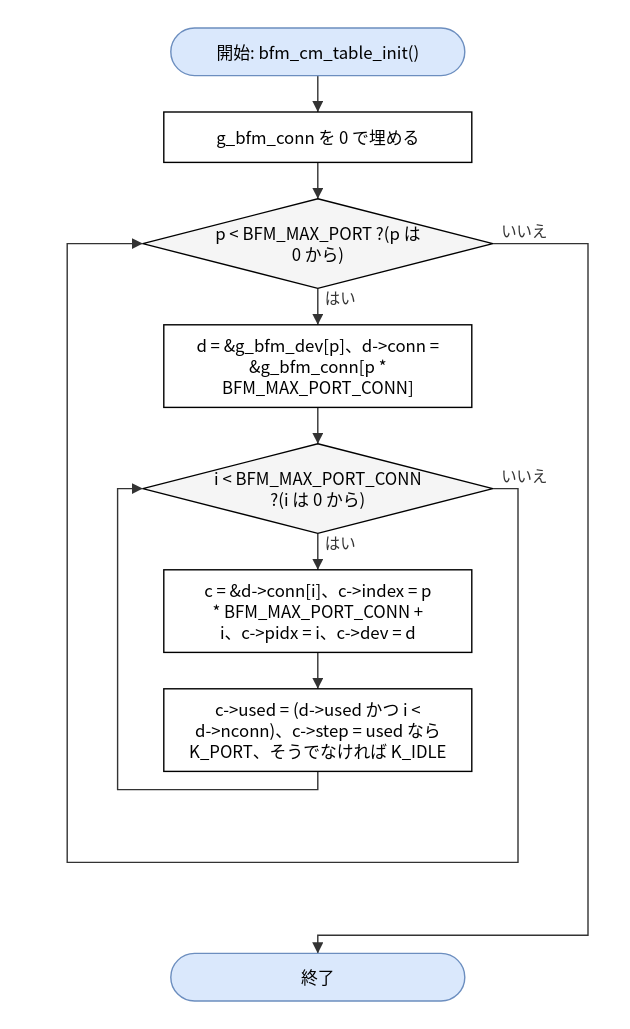
Above: doc/spec/images/flow_src_bfm_cm-bfm_cm_table_init.drawio.svg in hf355051012-ai/bfmem (draw.io), before the change. Source tidied: cells renumbered, new cells last; positions are measured from the earlier drawing's top-left corner, leaving out a move shared by most shapes. The source it was exported from:
```xml
<mxGraphModel>
  <root>
    <mxCell id="0" />
    <mxCell id="1" parent="0" />
    <mxCell id="2" value="開始: bfm_cm_table_init()" style="rounded=1;arcSize=50;whiteSpace=wrap;html=1;fillColor=#dae8fc;strokeColor=#6c8ebf;" parent="1" vertex="1">
      <mxGeometry x="74" width="210" height="34" as="geometry" />
    </mxCell>
    <mxCell id="3" value="g_bfm_conn を 0 で埋める" style="rounded=0;whiteSpace=wrap;html=1;" parent="1" vertex="1">
      <mxGeometry x="69" y="60" width="220" height="36" as="geometry" />
    </mxCell>
    <mxCell id="4" value="p &amp;lt; BFM_MAX_PORT ?(p は&lt;br&gt;0 から)" style="rhombus;whiteSpace=wrap;html=1;fillColor=#f5f5f5;" parent="1" vertex="1">
      <mxGeometry x="54" y="122" width="250" height="64" as="geometry" />
    </mxCell>
    <mxCell id="5" value="d = &amp;amp;g_bfm_dev[p]、d-&amp;gt;conn =&lt;br&gt;&amp;amp;g_bfm_conn[p *&lt;br&gt;BFM_MAX_PORT_CONN]" style="rounded=0;whiteSpace=wrap;html=1;" parent="1" vertex="1">
      <mxGeometry x="69" y="212" width="220" height="59" as="geometry" />
    </mxCell>
    <mxCell id="6" value="i &amp;lt; BFM_MAX_PORT_CONN&lt;br&gt;?(i は 0 から)" style="rhombus;whiteSpace=wrap;html=1;fillColor=#f5f5f5;" parent="1" vertex="1">
      <mxGeometry x="54" y="297" width="250" height="64" as="geometry" />
    </mxCell>
    <mxCell id="7" value="c = &amp;amp;d-&amp;gt;conn[i]、c-&amp;gt;index = p&lt;br&gt;* BFM_MAX_PORT_CONN +&lt;br&gt;i、c-&amp;gt;pidx = i、c-&amp;gt;dev = d" style="rounded=0;whiteSpace=wrap;html=1;" parent="1" vertex="1">
      <mxGeometry x="69" y="387" width="220" height="59" as="geometry" />
    </mxCell>
    <mxCell id="8" value="c-&amp;gt;used = (d-&amp;gt;used かつ i &amp;lt;&lt;br&gt;d-&amp;gt;nconn)、c-&amp;gt;step = used なら&lt;br&gt;K_PORT、そうでなければ K_IDLE" style="rounded=0;whiteSpace=wrap;html=1;" parent="1" vertex="1">
      <mxGeometry x="69" y="472" width="220" height="59" as="geometry" />
    </mxCell>
    <mxCell id="9" value="終了" style="rounded=1;arcSize=50;whiteSpace=wrap;html=1;fillColor=#dae8fc;strokeColor=#6c8ebf;" parent="1" vertex="1">
      <mxGeometry x="74" y="661" width="210" height="34" as="geometry" />
    </mxCell>
    <mxCell id="10" style="edgeStyle=none;html=1;rounded=0;endArrow=block;endFill=1;exitX=0.5000;exitY=1.0000;exitDx=0;exitDy=0;exitPerimeter=0;entryX=0.5000;entryY=0.0000;entryDx=0;entryDy=0;entryPerimeter=0;" parent="1" edge="1" source="2" target="3">
      <mxGeometry relative="1" as="geometry" />
    </mxCell>
    <mxCell id="11" style="edgeStyle=none;html=1;rounded=0;endArrow=block;endFill=1;exitX=0.5000;exitY=1.0000;exitDx=0;exitDy=0;exitPerimeter=0;entryX=0.5000;entryY=0.0000;entryDx=0;entryDy=0;entryPerimeter=0;" parent="1" edge="1" source="3" target="4">
      <mxGeometry relative="1" as="geometry" />
    </mxCell>
    <mxCell id="12" value="はい" style="edgeStyle=none;html=1;rounded=0;endArrow=block;endFill=1;exitX=0.5000;exitY=1.0000;exitDx=0;exitDy=0;exitPerimeter=0;entryX=0.5000;entryY=0.0000;entryDx=0;entryDy=0;entryPerimeter=0;" parent="1" edge="1" source="4" target="5">
      <mxGeometry relative="1" as="geometry" />
    </mxCell>
    <mxCell id="13" style="edgeStyle=none;html=1;rounded=0;endArrow=block;endFill=1;exitX=0.5000;exitY=1.0000;exitDx=0;exitDy=0;exitPerimeter=0;entryX=0.5000;entryY=0.0000;entryDx=0;entryDy=0;entryPerimeter=0;" parent="1" edge="1" source="5" target="6">
      <mxGeometry relative="1" as="geometry" />
    </mxCell>
    <mxCell id="14" value="はい" style="edgeStyle=none;html=1;rounded=0;endArrow=block;endFill=1;exitX=0.5000;exitY=1.0000;exitDx=0;exitDy=0;exitPerimeter=0;entryX=0.5000;entryY=0.0000;entryDx=0;entryDy=0;entryPerimeter=0;" parent="1" edge="1" source="6" target="7">
      <mxGeometry relative="1" as="geometry" />
    </mxCell>
    <mxCell id="15" style="edgeStyle=none;html=1;rounded=0;endArrow=block;endFill=1;exitX=0.5000;exitY=1.0000;exitDx=0;exitDy=0;exitPerimeter=0;entryX=0.5000;entryY=0.0000;entryDx=0;entryDy=0;entryPerimeter=0;" parent="1" edge="1" source="7" target="8">
      <mxGeometry relative="1" as="geometry" />
    </mxCell>
    <mxCell id="16" style="edgeStyle=none;html=1;rounded=0;endArrow=block;endFill=1;exitX=0.5000;exitY=1.0000;exitDx=0;exitDy=0;exitPerimeter=0;entryX=0.0000;entryY=0.5000;entryDx=0;entryDy=0;entryPerimeter=0;" parent="1" edge="1" source="8" target="6">
      <mxGeometry relative="1" as="geometry">
        <Array as="points">
          <mxPoint x="179" y="544" />
          <mxPoint x="36" y="544" />
          <mxPoint x="36" y="329" />
        </Array>
      </mxGeometry>
    </mxCell>
    <mxCell id="17" value="いいえ" style="edgeStyle=none;html=1;rounded=0;endArrow=block;endFill=1;exitX=1.0000;exitY=0.5000;exitDx=0;exitDy=0;exitPerimeter=0;entryX=0.0000;entryY=0.5000;entryDx=0;entryDy=0;entryPerimeter=0;" parent="1" edge="1" source="6" target="4">
      <mxGeometry relative="1" as="geometry">
        <Array as="points">
          <mxPoint x="322" y="329" />
          <mxPoint x="322" y="596" />
          <mxPoint y="596" />
          <mxPoint y="154" />
        </Array>
      </mxGeometry>
    </mxCell>
    <mxCell id="18" value="いいえ" style="edgeStyle=none;html=1;rounded=0;endArrow=block;endFill=1;exitX=1.0000;exitY=0.5000;exitDx=0;exitDy=0;exitPerimeter=0;entryX=0.5000;entryY=0.0000;entryDx=0;entryDy=0;entryPerimeter=0;" parent="1" edge="1" source="4" target="9">
      <mxGeometry relative="1" as="geometry">
        <Array as="points">
          <mxPoint x="372" y="154" />
          <mxPoint x="372" y="648" />
          <mxPoint x="179" y="648" />
        </Array>
      </mxGeometry>
    </mxCell>
  </root>
</mxGraphModel>
```
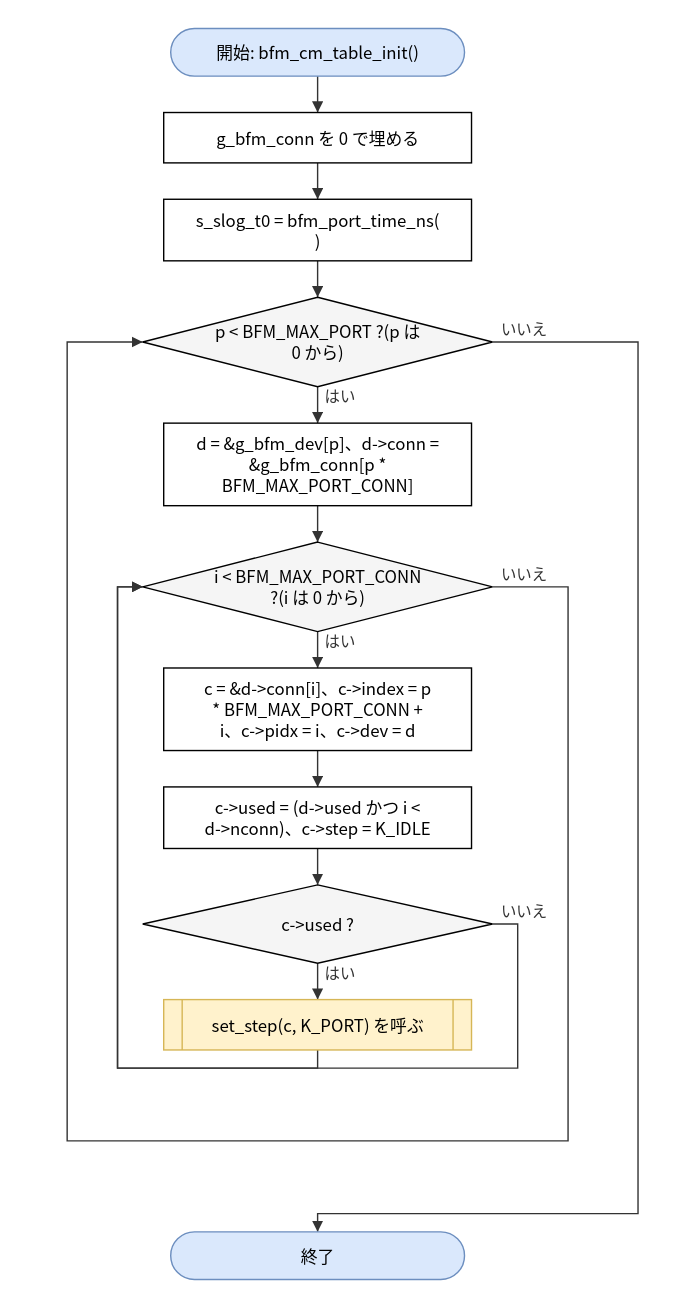
After the change.

What changed in the source:
```diff
@@ -8,69 +8,97 @@
     <mxCell id="3" value="g_bfm_conn を 0 で埋める" style="rounded=0;whiteSpace=wrap;html=1;" parent="1" vertex="1">
       <mxGeometry x="69" y="60" width="220" height="36" as="geometry" />
     </mxCell>
-    <mxCell id="4" value="p &amp;lt; BFM_MAX_PORT ?(p は&lt;br&gt;0 から)" style="rhombus;whiteSpace=wrap;html=1;fillColor=#f5f5f5;" parent="1" vertex="1">
-      <mxGeometry x="54" y="122" width="250" height="64" as="geometry" />
+    <mxCell id="4" value="s_slog_t0 = bfm_port_time_ns(&lt;br&gt;)" style="rounded=0;whiteSpace=wrap;html=1;" parent="1" vertex="1">
+      <mxGeometry x="69" y="122" width="220" height="44" as="geometry" />
     </mxCell>
-    <mxCell id="5" value="d = &amp;amp;g_bfm_dev[p]、d-&amp;gt;conn =&lt;br&gt;&amp;amp;g_bfm_conn[p *&lt;br&gt;BFM_MAX_PORT_CONN]" style="rounded=0;whiteSpace=wrap;html=1;" parent="1" vertex="1">
-      <mxGeometry x="69" y="212" width="220" height="59" as="geometry" />
+    <mxCell id="5" value="p &amp;lt; BFM_MAX_PORT ?(p は&lt;br&gt;0 から)" style="rhombus;whiteSpace=wrap;html=1;fillColor=#f5f5f5;" parent="1" vertex="1">
+      <mxGeometry x="54" y="192" width="250" height="64" as="geometry" />
     </mxCell>
-    <mxCell id="6" value="i &amp;lt; BFM_MAX_PORT_CONN&lt;br&gt;?(i は 0 から)" style="rhombus;whiteSpace=wrap;html=1;fillColor=#f5f5f5;" parent="1" vertex="1">
-      <mxGeometry x="54" y="297" width="250" height="64" as="geometry" />
+    <mxCell id="6" value="d = &amp;amp;g_bfm_dev[p]、d-&amp;gt;conn =&lt;br&gt;&amp;amp;g_bfm_conn[p *&lt;br&gt;BFM_MAX_PORT_CONN]" style="rounded=0;whiteSpace=wrap;html=1;" parent="1" vertex="1">
+      <mxGeometry x="69" y="282" width="220" height="59" as="geometry" />
     </mxCell>
-    <mxCell id="7" value="c = &amp;amp;d-&amp;gt;conn[i]、c-&amp;gt;index = p&lt;br&gt;* BFM_MAX_PORT_CONN +&lt;br&gt;i、c-&amp;gt;pidx = i、c-&amp;gt;dev = d" style="rounded=0;whiteSpace=wrap;html=1;" parent="1" vertex="1">
-      <mxGeometry x="69" y="387" width="220" height="59" as="geometry" />
+    <mxCell id="7" value="i &amp;lt; BFM_MAX_PORT_CONN&lt;br&gt;?(i は 0 から)" style="rhombus;whiteSpace=wrap;html=1;fillColor=#f5f5f5;" parent="1" vertex="1">
+      <mxGeometry x="54" y="367" width="250" height="64" as="geometry" />
     </mxCell>
-    <mxCell id="8" value="c-&amp;gt;used = (d-&amp;gt;used かつ i &amp;lt;&lt;br&gt;d-&amp;gt;nconn)、c-&amp;gt;step = used なら&lt;br&gt;K_PORT、そうでなければ K_IDLE" style="rounded=0;whiteSpace=wrap;html=1;" parent="1" vertex="1">
-      <mxGeometry x="69" y="472" width="220" height="59" as="geometry" />
+    <mxCell id="8" value="c = &amp;amp;d-&amp;gt;conn[i]、c-&amp;gt;index = p&lt;br&gt;* BFM_MAX_PORT_CONN +&lt;br&gt;i、c-&amp;gt;pidx = i、c-&amp;gt;dev = d" style="rounded=0;whiteSpace=wrap;html=1;" parent="1" vertex="1">
+      <mxGeometry x="69" y="457" width="220" height="59" as="geometry" />
     </mxCell>
-    <mxCell id="9" value="終了" style="rounded=1;arcSize=50;whiteSpace=wrap;html=1;fillColor=#dae8fc;strokeColor=#6c8ebf;" parent="1" vertex="1">
-      <mxGeometry x="74" y="661" width="210" height="34" as="geometry" />
+    <mxCell id="9" value="c-&amp;gt;used = (d-&amp;gt;used かつ i &amp;lt;&lt;br&gt;d-&amp;gt;nconn)、c-&amp;gt;step = K_IDLE" style="rounded=0;whiteSpace=wrap;html=1;" parent="1" vertex="1">
+      <mxGeometry x="69" y="542" width="220" height="44" as="geometry" />
     </mxCell>
+    <mxCell id="19" value="c-&amp;gt;used ?" style="rhombus;whiteSpace=wrap;html=1;fillColor=#f5f5f5;" parent="1" vertex="1">
+      <mxGeometry x="54" y="612" width="250" height="56" as="geometry" />
+    </mxCell>
+    <mxCell id="20" value="set_step(c, K_PORT) を呼ぶ" style="shape=process;whiteSpace=wrap;html=1;backgroundOutline=1;size=0.06;fillColor=#fff2cc;strokeColor=#d6b656;" parent="1" vertex="1">
+      <mxGeometry x="69" y="694" width="220" height="36" as="geometry" />
+    </mxCell>
+    <mxCell id="21" value="終了" style="rounded=1;arcSize=50;whiteSpace=wrap;html=1;fillColor=#dae8fc;strokeColor=#6c8ebf;" parent="1" vertex="1">
+      <mxGeometry x="74" y="860" width="210" height="34" as="geometry" />
+    </mxCell>
     <mxCell id="10" style="edgeStyle=none;html=1;rounded=0;endArrow=block;endFill=1;exitX=0.5000;exitY=1.0000;exitDx=0;exitDy=0;exitPerimeter=0;entryX=0.5000;entryY=0.0000;entryDx=0;entryDy=0;entryPerimeter=0;" parent="1" edge="1" source="2" target="3">
       <mxGeometry relative="1" as="geometry" />
     </mxCell>
     <mxCell id="11" style="edgeStyle=none;html=1;rounded=0;endArrow=block;endFill=1;exitX=0.5000;exitY=1.0000;exitDx=0;exitDy=0;exitPerimeter=0;entryX=0.5000;entryY=0.0000;entryDx=0;entryDy=0;entryPerimeter=0;" parent="1" edge="1" source="3" target="4">
       <mxGeometry relative="1" as="geometry" />
     </mxCell>
-    <mxCell id="12" value="はい" style="edgeStyle=none;html=1;rounded=0;endArrow=block;endFill=1;exitX=0.5000;exitY=1.0000;exitDx=0;exitDy=0;exitPerimeter=0;entryX=0.5000;entryY=0.0000;entryDx=0;entryDy=0;entryPerimeter=0;" parent="1" edge="1" source="4" target="5">
+    <mxCell id="12" style="edgeStyle=none;html=1;rounded=0;endArrow=block;endFill=1;exitX=0.5000;exitY=1.0000;exitDx=0;exitDy=0;exitPerimeter=0;entryX=0.5000;entryY=0.0000;entryDx=0;entryDy=0;entryPerimeter=0;" parent="1" edge="1" source="4" target="5">
       <mxGeometry relative="1" as="geometry" />
     </mxCell>
-    <mxCell id="13" style="edgeStyle=none;html=1;rounded=0;endArrow=block;endFill=1;exitX=0.5000;exitY=1.0000;exitDx=0;exitDy=0;exitPerimeter=0;entryX=0.5000;entryY=0.0000;entryDx=0;entryDy=0;entryPerimeter=0;" parent="1" edge="1" source="5" target="6">
+    <mxCell id="13" value="はい" style="edgeStyle=none;html=1;rounded=0;endArrow=block;endFill=1;exitX=0.5000;exitY=1.0000;exitDx=0;exitDy=0;exitPerimeter=0;entryX=0.5000;entryY=0.0000;entryDx=0;entryDy=0;entryPerimeter=0;" parent="1" edge="1" source="5" target="6">
       <mxGeometry relative="1" as="geometry" />
     </mxCell>
-    <mxCell id="14" value="はい" style="edgeStyle=none;html=1;rounded=0;endArrow=block;endFill=1;exitX=0.5000;exitY=1.0000;exitDx=0;exitDy=0;exitPerimeter=0;entryX=0.5000;entryY=0.0000;entryDx=0;entryDy=0;entryPerimeter=0;" parent="1" edge="1" source="6" target="7">
+    <mxCell id="14" style="edgeStyle=none;html=1;rounded=0;endArrow=block;endFill=1;exitX=0.5000;exitY=1.0000;exitDx=0;exitDy=0;exitPerimeter=0;entryX=0.5000;entryY=0.0000;entryDx=0;entryDy=0;entryPerimeter=0;" parent="1" edge="1" source="6" target="7">
       <mxGeometry relative="1" as="geometry" />
     </mxCell>
-    <mxCell id="15" style="edgeStyle=none;html=1;rounded=0;endArrow=block;endFill=1;exitX=0.5000;exitY=1.0000;exitDx=0;exitDy=0;exitPerimeter=0;entryX=0.5000;entryY=0.0000;entryDx=0;entryDy=0;entryPerimeter=0;" parent="1" edge="1" source="7" target="8">
+    <mxCell id="15" value="はい" style="edgeStyle=none;html=1;rounded=0;endArrow=block;endFill=1;exitX=0.5000;exitY=1.0000;exitDx=0;exitDy=0;exitPerimeter=0;entryX=0.5000;entryY=0.0000;entryDx=0;entryDy=0;entryPerimeter=0;" parent="1" edge="1" source="7" target="8">
       <mxGeometry relative="1" as="geometry" />
     </mxCell>
-    <mxCell id="16" style="edgeStyle=none;html=1;rounded=0;endArrow=block;endFill=1;exitX=0.5000;exitY=1.0000;exitDx=0;exitDy=0;exitPerimeter=0;entryX=0.0000;entryY=0.5000;entryDx=0;entryDy=0;entryPerimeter=0;" parent="1" edge="1" source="8" target="6">
-      <mxGeometry relative="1" as="geometry">
-        <Array as="points">
-          <mxPoint x="179" y="544" />
-          <mxPoint x="36" y="544" />
-          <mxPoint x="36" y="329" />
-        </Array>
-      </mxGeometry>
+    <mxCell id="16" style="edgeStyle=none;html=1;rounded=0;endArrow=block;endFill=1;exitX=0.5000;exitY=1.0000;exitDx=0;exitDy=0;exitPerimeter=0;entryX=0.5000;entryY=0.0000;entryDx=0;entryDy=0;entryPerimeter=0;" parent="1" edge="1" source="8" target="9">
+      <mxGeometry relative="1" as="geometry" />
     </mxCell>
-    <mxCell id="17" value="いいえ" style="edgeStyle=none;html=1;rounded=0;endArrow=block;endFill=1;exitX=1.0000;exitY=0.5000;exitDx=0;exitDy=0;exitPerimeter=0;entryX=0.0000;entryY=0.5000;entryDx=0;entryDy=0;entryPerimeter=0;" parent="1" edge="1" source="6" target="4">
-      <mxGeometry relative="1" as="geometry">
-        <Array as="points">
-          <mxPoint x="322" y="329" />
-          <mxPoint x="322" y="596" />
-          <mxPoint y="596" />
-          <mxPoint y="154" />
-        </Array>
-      </mxGeometry>
+    <mxCell id="17" style="edgeStyle=none;html=1;rounded=0;endArrow=block;endFill=1;exitX=0.5000;exitY=1.0000;exitDx=0;exitDy=0;exitPerimeter=0;entryX=0.5000;entryY=0.0000;entryDx=0;entryDy=0;entryPerimeter=0;" parent="1" edge="1" source="9" target="19">
+      <mxGeometry relative="1" as="geometry" />
     </mxCell>
-    <mxCell id="18" value="いいえ" style="edgeStyle=none;html=1;rounded=0;endArrow=block;endFill=1;exitX=1.0000;exitY=0.5000;exitDx=0;exitDy=0;exitPerimeter=0;entryX=0.5000;entryY=0.0000;entryDx=0;entryDy=0;entryPerimeter=0;" parent="1" edge="1" source="4" target="9">
-      <mxGeometry relative="1" as="geometry">
-        <Array as="points">
-          <mxPoint x="372" y="154" />
-          <mxPoint x="372" y="648" />
-          <mxPoint x="179" y="648" />
-        </Array>
-      </mxGeometry>
+    <mxCell id="18" value="はい" style="edgeStyle=none;html=1;rounded=0;endArrow=block;endFill=1;exitX=0.5000;exitY=1.0000;exitDx=0;exitDy=0;exitPerimeter=0;entryX=0.5000;entryY=0.0000;entryDx=0;entryDy=0;entryPerimeter=0;" parent="1" edge="1" source="19" target="20">
+      <mxGeometry relative="1" as="geometry" />
     </mxCell>
+    <mxCell id="22" style="edgeStyle=none;html=1;rounded=0;endArrow=block;endFill=1;exitX=0.5000;exitY=1.0000;exitDx=0;exitDy=0;exitPerimeter=0;entryX=0.0000;entryY=0.5000;entryDx=0;entryDy=0;entryPerimeter=0;" parent="1" edge="1" source="20" target="7">
+      <mxGeometry relative="1" as="geometry">
+        <Array as="points">
+          <mxPoint x="179" y="743" />
+          <mxPoint x="36" y="743" />
+          <mxPoint x="36" y="399" />
+        </Array>
+      </mxGeometry>
+    </mxCell>
+    <mxCell id="23" value="いいえ" style="edgeStyle=none;html=1;rounded=0;endArrow=block;endFill=1;exitX=1.0000;exitY=0.5000;exitDx=0;exitDy=0;exitPerimeter=0;entryX=0.0000;entryY=0.5000;entryDx=0;entryDy=0;entryPerimeter=0;" parent="1" edge="1" source="19" target="7">
+      <mxGeometry relative="1" as="geometry">
+        <Array as="points">
+          <mxPoint x="322" y="640" />
+          <mxPoint x="322" y="743" />
+          <mxPoint x="36" y="743" />
+          <mxPoint x="36" y="399" />
+        </Array>
+      </mxGeometry>
+    </mxCell>
+    <mxCell id="24" value="いいえ" style="edgeStyle=none;html=1;rounded=0;endArrow=block;endFill=1;exitX=1.0000;exitY=0.5000;exitDx=0;exitDy=0;exitPerimeter=0;entryX=0.0000;entryY=0.5000;entryDx=0;entryDy=0;entryPerimeter=0;" parent="1" edge="1" source="7" target="5">
+      <mxGeometry relative="1" as="geometry">
+        <Array as="points">
+          <mxPoint x="358" y="399" />
+          <mxPoint x="358" y="795" />
+          <mxPoint y="795" />
+          <mxPoint y="224" />
+        </Array>
+      </mxGeometry>
+    </mxCell>
+    <mxCell id="25" value="いいえ" style="edgeStyle=none;html=1;rounded=0;endArrow=block;endFill=1;exitX=1.0000;exitY=0.5000;exitDx=0;exitDy=0;exitPerimeter=0;entryX=0.5000;entryY=0.0000;entryDx=0;entryDy=0;entryPerimeter=0;" parent="1" edge="1" source="5" target="21">
+      <mxGeometry relative="1" as="geometry">
+        <Array as="points">
+          <mxPoint x="408" y="224" />
+          <mxPoint x="408" y="847" />
+          <mxPoint x="179" y="847" />
+        </Array>
+      </mxGeometry>
+    </mxCell>
   </root>
 </mxGraphModel>
```
